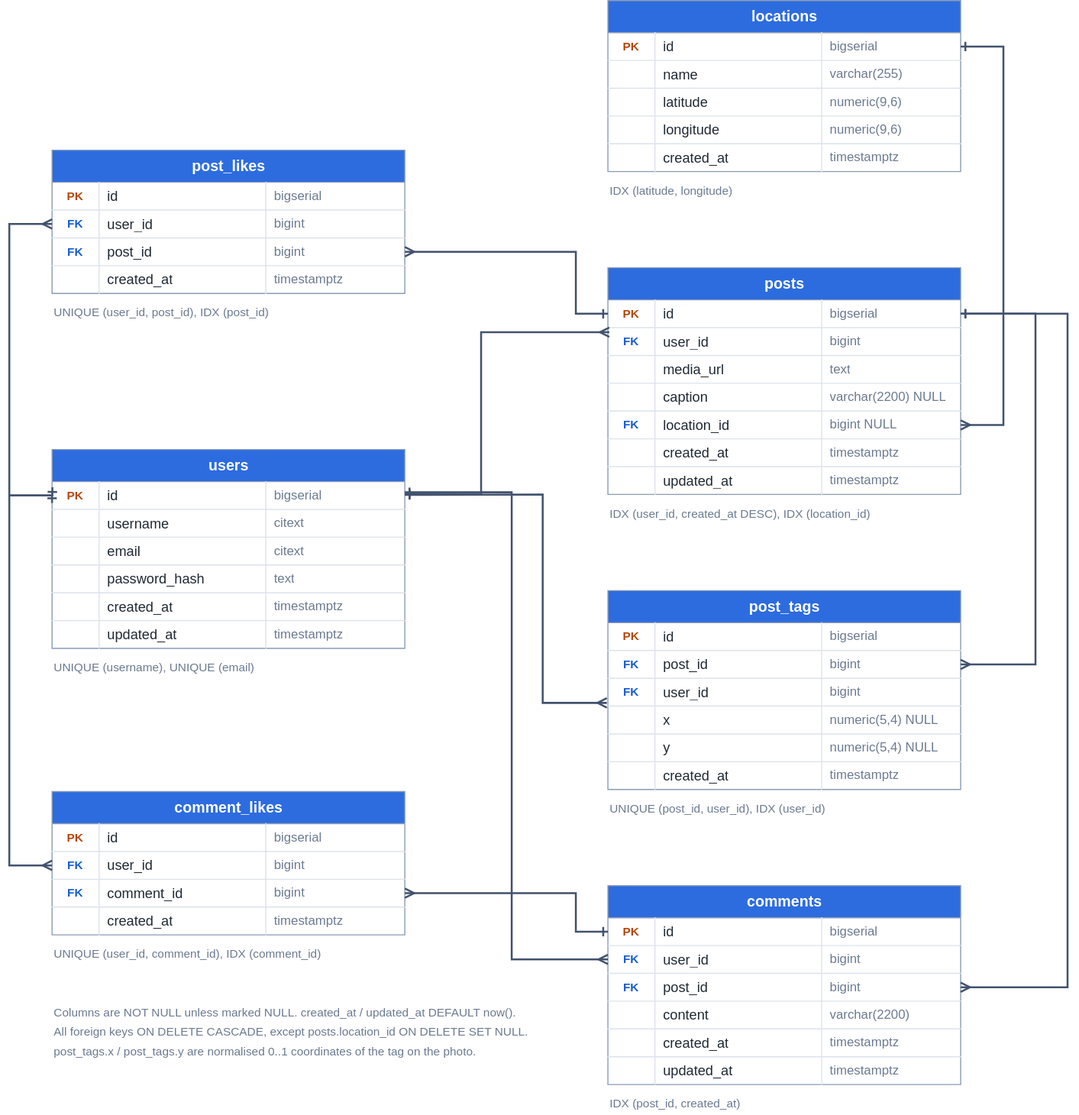
The draw.io diagram docs/schema.drawio.svg in rehmanhaseeb2345-bit/SQL-Practice, before a commit. Source tidied: cells renumbered, new cells last; positions are measured from the earlier drawing's top-left corner, leaving out a move shared by most shapes.
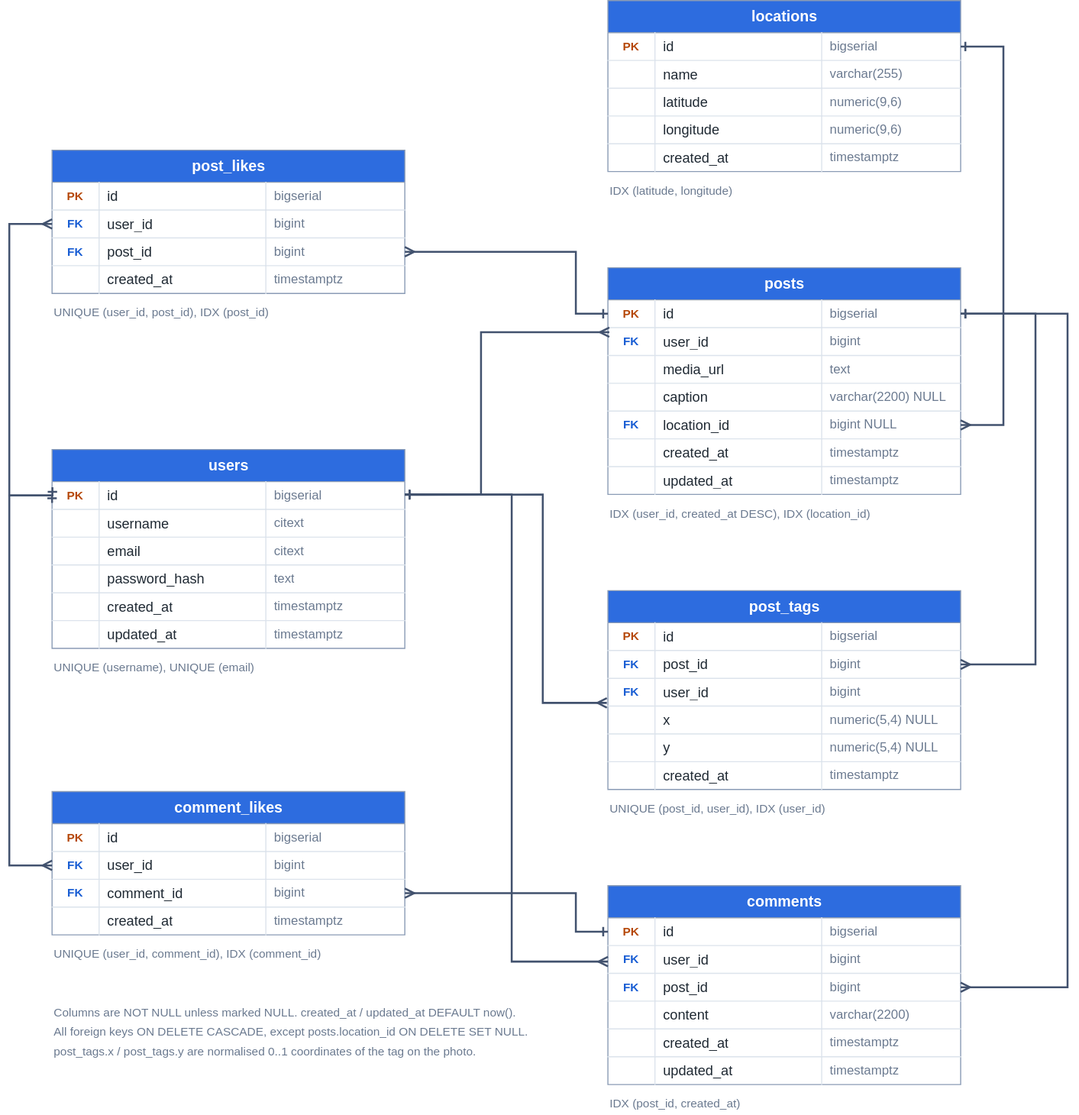
After the change.

Commit message:
Update schema.drawio.svg to improve path coordinates and enhance visual clarity

Change to the diagram source:
```diff
@@ -519,11 +519,13 @@
         </Array>
       </mxGeometry>
     </mxCell>
-    <mxCell id="172" style="edgeStyle=orthogonalEdgeStyle;rounded=0;html=1;jettySize=auto;entryX=0;entryY=0.5;entryDx=0;entryDy=0;startArrow=ERone;startFill=0;endArrow=ERmany;endFill=0;strokeColor=#42526E;strokeWidth=1.8;exitX=1;exitY=0.385;exitDx=0;exitDy=0;exitPerimeter=0;" parent="1" edge="1" source="21" target="147">
+    <mxCell id="172" style="edgeStyle=orthogonalEdgeStyle;rounded=0;html=1;jettySize=auto;orthogonalLoop=1;entryX=0;entryY=0.5;entryDx=0;entryDy=0;startArrow=ERone;startFill=0;endArrow=ERmany;endFill=0;strokeColor=#42526E;strokeWidth=1.8;exitX=1;exitY=0.385;exitDx=0;exitDy=0;exitPerimeter=0;" parent="1" edge="1">
       <mxGeometry relative="1" as="geometry">
+        <mxPoint x="370" y="462" as="sourcePoint" />
+        <mxPoint x="560" y="899" as="targetPoint" />
         <Array as="points">
-          <mxPoint x="470" y="460" />
-          <mxPoint x="470" y="897" />
+          <mxPoint x="470" y="462" />
+          <mxPoint x="470" y="899" />
         </Array>
       </mxGeometry>
     </mxCell>
```
